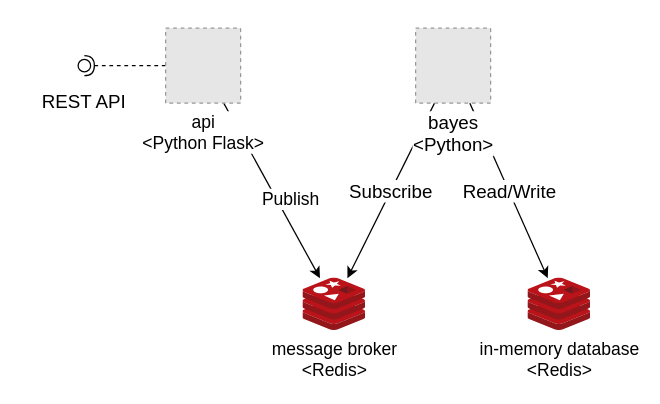
This is page "Component diagram" (2 of 3) of docs/event-driven-python.drawio from kotnikd3/event-driven-bayes, a draw.io file, before an edit. Source tidied: cells renumbered, new cells numbered last; positions are measured from the earlier drawing's top-left corner, leaving out a move shared by most shapes. Both pictures are drawn from the tidied source at 125%, with x=0, y=0 at pixel (21, 28). Pictures stored in the file or linked from it are replaced by grey dashed boxes.
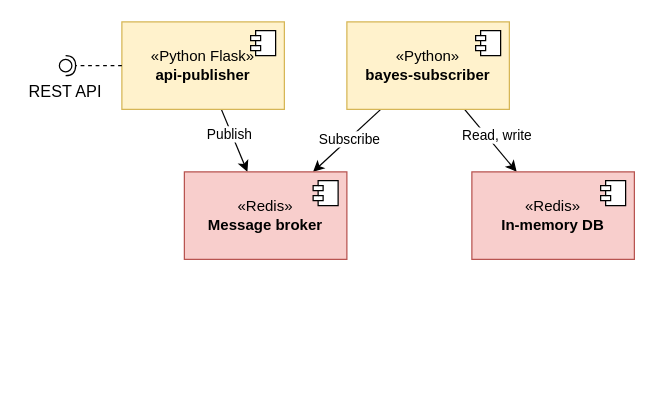
The same diagram, later.

The edit, as a diff of the source:
```diff
@@
-    <mxCell id="2" value="REST API" style="text;align=center;fontStyle=0;verticalAlign=middle;spacingLeft=3;spacingRight=3;strokeColor=none;fontSize=15;" parent="1" vertex="1">
-      <mxGeometry y="35" width="100" height="46" as="geometry" />
+    <mxCell id="2" value="REST API" style="text;align=center;fontStyle=0;verticalAlign=middle;spacingLeft=3;spacingRight=3;strokeColor=none;fontSize=13;" parent="1" vertex="1">
+      <mxGeometry y="35" width="70" height="30" as="geometry" />
     </mxCell>
-    <mxCell id="3" style="rounded=0;jettySize=auto;html=1;endArrow=halfCircle;endFill=0;entryX=0.5;entryY=0.5;endSize=6;strokeWidth=1;sketch=0;dashed=1;" parent="1" edge="1" source="7" target="4">
-      <mxGeometry relative="1" as="geometry" />
-    </mxCell>
-    <mxCell id="4" style="ellipse;whiteSpace=wrap;html=1;align=center;points=[];outlineConnect=0;sketch=0;" parent="1" vertex="1">
-      <mxGeometry x="45" y="25" width="10" height="10" as="geometry" />
-    </mxCell>
-    <mxCell id="5" value="message broker&lt;br style=&quot;font-size: 14px;&quot;&gt;&amp;lt;Redis&amp;gt;" style="sketch=0;html=1;points=[];align=center;image;fontSize=14;image=img/lib/mscae/Cache_Redis_Product.svg;" parent="1" vertex="1">
-      <mxGeometry x="225" y="200" width="50" height="42" as="geometry" />
-    </mxCell>
+    <mxCell id="12" style="rounded=0;jettySize=auto;html=1;" parent="1" edge="1" source="13" target="22">
+      <mxGeometry relative="1" as="geometry" />
+    </mxCell>
-    <mxCell id="6" value="Publish" style="rounded=0;jettySize=auto;html=1;fontSize=14;" parent="1" edge="1" source="7" target="5">
-      <mxGeometry x="0.16" y="10" relative="1" as="geometry" />
+    <mxCell id="6" value="Publish" style="edgeLabel;html=1;align=center;verticalAlign=middle;" parent="12" vertex="1">
+      <mxGeometry x="-0.27" y="-2" relative="1" as="geometry" />
     </mxCell>
-    <mxCell id="7" value="api&lt;br style=&quot;font-size: 14px;&quot;&gt;&amp;lt;Python Flask&amp;gt;" style="fillColor=#E6E6E6;strokeColor=#999999;dashed=1;html=1;verticalAlign=top;verticalLabelPosition=bottom;labelBackgroundColor=#ffffff;fontSize=14;" parent="1" vertex="1">
-      <mxGeometry x="115" width="60" height="60" as="geometry" />
-    </mxCell>
+    <mxCell id="13" value="«Python Flask»&lt;br&gt;&lt;b&gt;api-publisher&lt;/b&gt;" style="html=1;whiteSpace=wrap;fillColor=#fff2cc;strokeColor=#d6b656;" parent="1" vertex="1">
+      <mxGeometry x="80" y="-5" width="130" height="70" as="geometry" />
+    </mxCell>
+    <mxCell id="14" style="shape=module;jettyWidth=8;jettyHeight=4;" parent="13" vertex="1">
+      <mxGeometry x="1" width="20" height="20" relative="1" as="geometry">
+        <mxPoint x="-27" y="7" as="offset" />
+      </mxGeometry>
+    </mxCell>
+    <mxCell id="15" style="rounded=0;jettySize=auto;html=1;" parent="1" edge="1" source="18" target="22">
+      <mxGeometry relative="1" as="geometry" />
+    </mxCell>
-    <mxCell id="8" value="&lt;font style=&quot;font-size: 15px;&quot;&gt;Subscribe&lt;/font&gt;" style="rounded=0;jettySize=auto;html=1;" parent="1" edge="1" source="10" target="5">
-      <mxGeometry relative="1" as="geometry" />
+    <mxCell id="8" value="Subscribe" style="edgeLabel;html=1;align=center;verticalAlign=middle;" parent="15" vertex="1">
+      <mxGeometry x="-0.04" relative="1" as="geometry" />
     </mxCell>
-    <mxCell id="9" value="&lt;font style=&quot;font-size: 15px;&quot;&gt;Read/Write&lt;/font&gt;" style="rounded=0;jettySize=auto;html=1;" parent="1" edge="1" source="10" target="11">
-      <mxGeometry relative="1" as="geometry" />
-    </mxCell>
-    <mxCell id="10" value="bayes&lt;br style=&quot;font-size: 15px;&quot;&gt;&amp;lt;Python&amp;gt;" style="fillColor=#E6E6E6;strokeColor=#999999;dashed=1;html=1;verticalAlign=top;verticalLabelPosition=bottom;labelBackgroundColor=#ffffff;fontSize=15;" parent="1" vertex="1">
-      <mxGeometry x="315" width="60" height="60" as="geometry" />
-    </mxCell>
-    <mxCell id="11" value="in-memory database&lt;br&gt;&amp;lt;Redis&amp;gt;" style="sketch=0;html=1;points=[];align=center;image;fontSize=14;image=img/lib/mscae/Cache_Redis_Product.svg;" parent="1" vertex="1">
-      <mxGeometry x="405" y="200" width="50" height="42" as="geometry" />
-    </mxCell>
+    <mxCell id="16" style="rounded=0;jettySize=auto;html=1;" parent="1" edge="1" source="18" target="20">
+      <mxGeometry relative="1" as="geometry" />
+    </mxCell>
+    <mxCell id="17" value="Read, write" style="edgeLabel;html=1;align=center;verticalAlign=middle;" parent="16" vertex="1">
+      <mxGeometry x="-0.36" y="3" relative="1" as="geometry">
+        <mxPoint x="10" y="6" as="offset" />
+      </mxGeometry>
+    </mxCell>
+    <mxCell id="18" value="«Python»&lt;br&gt;&lt;b&gt;bayes-subscriber&lt;/b&gt;" style="html=1;whiteSpace=wrap;fillColor=#fff2cc;strokeColor=#d6b656;" parent="1" vertex="1">
+      <mxGeometry x="260" y="-5" width="130" height="70" as="geometry" />
+    </mxCell>
+    <mxCell id="19" style="shape=module;jettyWidth=8;jettyHeight=4;" parent="18" vertex="1">
+      <mxGeometry x="1" width="20" height="20" relative="1" as="geometry">
+        <mxPoint x="-27" y="7" as="offset" />
+      </mxGeometry>
+    </mxCell>
+    <mxCell id="20" value="«Redis»&lt;br&gt;&lt;b&gt;In-memory DB&lt;/b&gt;" style="html=1;whiteSpace=wrap;fillColor=#f8cecc;strokeColor=#b85450;" parent="1" vertex="1">
+      <mxGeometry x="360" y="115" width="130" height="70" as="geometry" />
+    </mxCell>
+    <mxCell id="21" style="shape=module;jettyWidth=8;jettyHeight=4;" parent="20" vertex="1">
+      <mxGeometry x="1" width="20" height="20" relative="1" as="geometry">
+        <mxPoint x="-27" y="7" as="offset" />
+      </mxGeometry>
+    </mxCell>
+    <mxCell id="22" value="«Redis»&lt;br&gt;&lt;b&gt;Message broker&lt;/b&gt;" style="html=1;whiteSpace=wrap;fillColor=#f8cecc;strokeColor=#b85450;" parent="1" vertex="1">
+      <mxGeometry x="130" y="115" width="130" height="70" as="geometry" />
+    </mxCell>
+    <mxCell id="23" style="shape=module;jettyWidth=8;jettyHeight=4;" parent="22" vertex="1">
+      <mxGeometry x="1" width="20" height="20" relative="1" as="geometry">
+        <mxPoint x="-27" y="7" as="offset" />
+      </mxGeometry>
+    </mxCell>
+    <mxCell id="24" style="rounded=0;jettySize=auto;html=1;endArrow=halfCircle;endFill=0;entryX=0.5;entryY=0.5;endSize=6;strokeWidth=1;sketch=0;dashed=1;" parent="1" edge="1" source="13" target="25">
+      <mxGeometry relative="1" as="geometry" />
+    </mxCell>
+    <mxCell id="25" style="ellipse;whiteSpace=wrap;html=1;align=center;points=[];outlineConnect=0;sketch=0;" parent="1" vertex="1">
+      <mxGeometry x="30" y="25" width="10" height="10" as="geometry" />
+    </mxCell>
```
